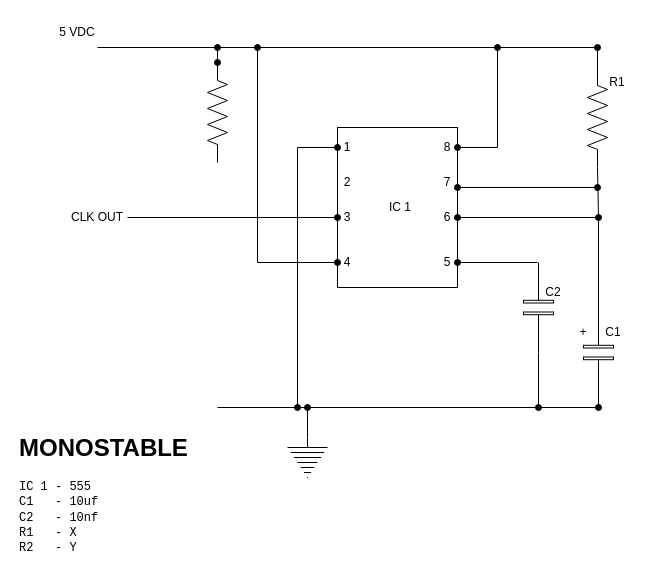
sfawcett123/Computer keeps this draw.io diagram as clock/mono-stable.drawio. Above is the earlier version. Source tidied: cells renumbered, new cells numbered last; positions are measured from the earlier drawing's top-left corner, leaving out a move shared by most shapes. Both pictures are drawn from the tidied source at 100%, with x=0, y=0 at pixel (17, 17).
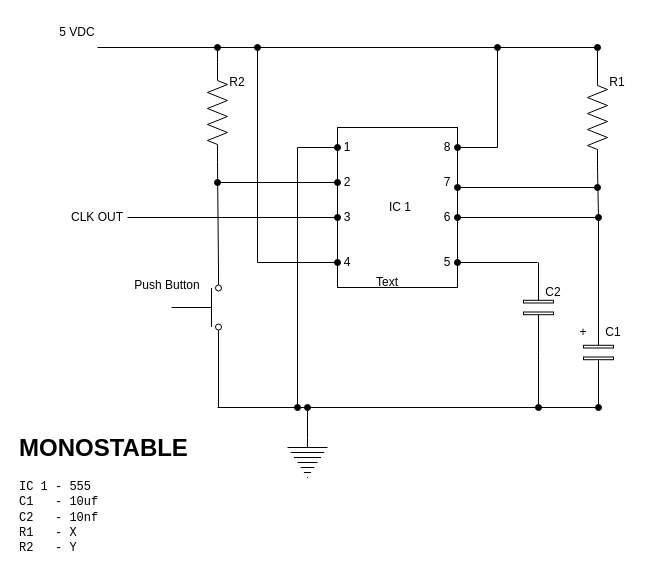
The same page after the edit.

Unchanged cells that the change refers to:
```xml
<mxCell id="2" style="verticalLabelPosition=bottom;shadow=0;dashed=0;align=center;html=1;verticalAlign=top;shape=mxgraph.electrical.resistors.resistor_2;labelPerimeter=1;rotation=-90;" parent="1" vertex="1">
  <mxGeometry x="150" y="85" width="100" height="20" as="geometry" />
</mxCell>
<mxCell id="13" value="2" style="text;html=1;whiteSpace=wrap;strokeColor=none;fillColor=none;align=center;verticalAlign=middle;rounded=0;" parent="1" vertex="1">
  <mxGeometry x="320" y="150" width="20" height="30" as="geometry" />
</mxCell>
```

The edit, as a diff of the source:
```diff
@@
-    <mxCell id="43" style="endArrow=oval;html=1;rounded=0;defaultLabelBackgroundColor=page;labelPadding=0 4;startArrow=oval;startFill=1;endFill=1;exitX=1;exitY=0.5;exitDx=0;exitDy=0;exitPerimeter=0;" parent="1" edge="1" source="2">
+    <mxCell id="43" style="endArrow=oval;html=1;rounded=0;defaultLabelBackgroundColor=page;labelPadding=0 4;startArrow=none;startFill=0;endFill=1;exitX=1;exitY=0.5;exitDx=0;exitDy=0;exitPerimeter=0;" parent="1" edge="1" source="2">
       <mxGeometry relative="1" as="geometry">
         <mxPoint x="200" y="30" as="targetPoint" />
       </mxGeometry>
     </mxCell>
+    <mxCell id="44" style="verticalLabelPosition=bottom;shadow=0;dashed=0;align=center;html=1;verticalAlign=top;shape=mxgraph.electrical.electro-mechanical.pushbuttonMakeSwitch2;elSwitchState=1;labelPerimeter=1;rotation=-90;" parent="1" vertex="1">
+      <mxGeometry x="141.5" y="265" width="75" height="50" as="geometry" />
+    </mxCell>
+    <mxCell id="45" style="endArrow=none;html=1;rounded=0;defaultLabelBackgroundColor=page;labelPadding=0 4;startArrow=none;startFill=0;endFill=0;exitX=1;exitY=0.94;exitDx=0;exitDy=0;entryX=0;entryY=0.5;entryDx=0;entryDy=0;entryPerimeter=0;" parent="1" edge="1" source="44" target="2">
+      <mxGeometry relative="1" as="geometry" />
+    </mxCell>
+    <mxCell id="46" style="endArrow=none;html=1;rounded=0;defaultLabelBackgroundColor=page;labelPadding=0 4;entryX=0;entryY=0.94;entryDx=0;entryDy=0;" parent="1" edge="1" target="44">
+      <mxGeometry relative="1" as="geometry">
+        <mxPoint x="201" y="390" as="sourcePoint" />
+      </mxGeometry>
+    </mxCell>
+    <mxCell id="47" value="Text" style="text;html=1;whiteSpace=wrap;strokeColor=none;fillColor=none;align=center;verticalAlign=middle;rounded=0;" parent="1" vertex="1">
+      <mxGeometry x="340" y="250" width="60" height="30" as="geometry" />
+    </mxCell>
+    <mxCell id="48" style="endArrow=oval;html=1;rounded=0;defaultLabelBackgroundColor=page;labelPadding=0 4;startArrow=oval;startFill=1;endFill=1;entryX=0;entryY=0.5;entryDx=0;entryDy=0;" parent="1" edge="1" target="13">
+      <mxGeometry relative="1" as="geometry">
+        <mxPoint x="200" y="165" as="sourcePoint" />
+      </mxGeometry>
+    </mxCell>
+    <mxCell id="49" value="Push Button" style="text;html=1;whiteSpace=wrap;strokeColor=none;fillColor=none;align=center;verticalAlign=middle;rounded=0;" parent="1" vertex="1">
+      <mxGeometry x="110" y="252.5" width="80" height="30" as="geometry" />
+    </mxCell>
+    <mxCell id="50" value="R2" style="text;html=1;whiteSpace=wrap;strokeColor=none;fillColor=none;align=center;verticalAlign=middle;rounded=0;" parent="1" vertex="1">
+      <mxGeometry x="210" y="50" width="20" height="30" as="geometry" />
+    </mxCell>
```
